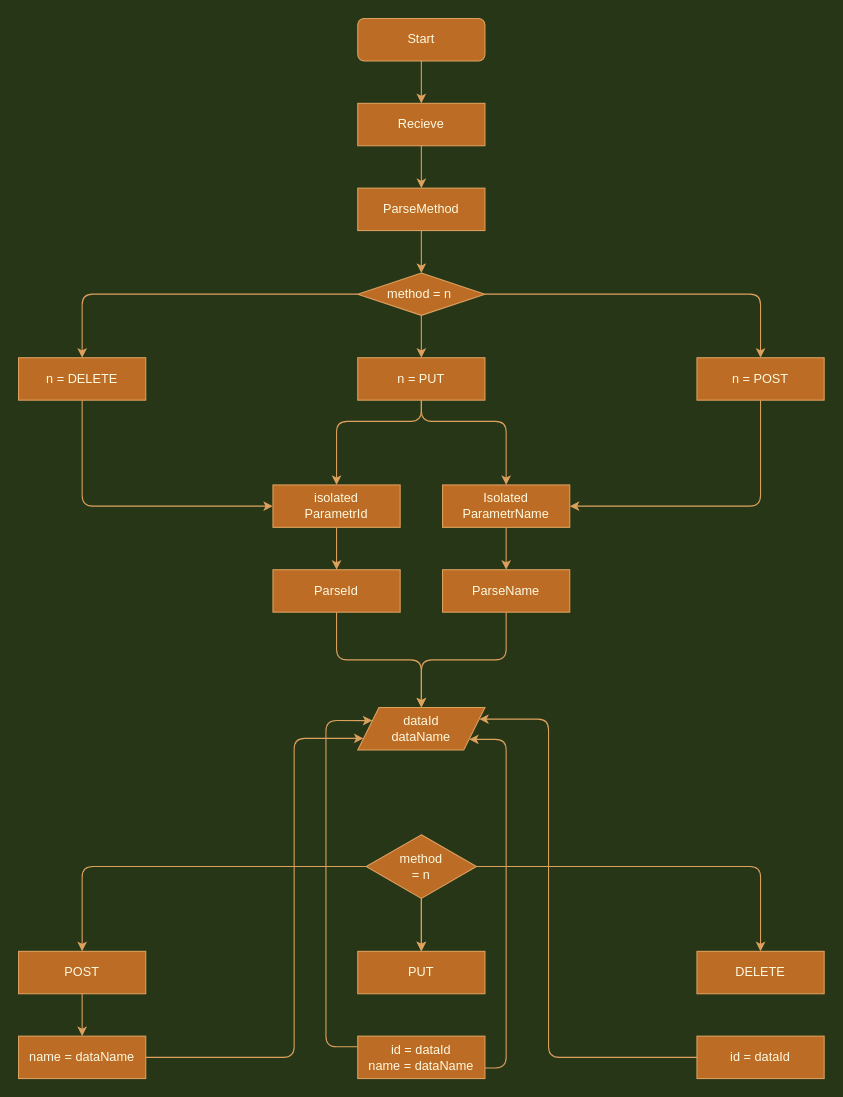
AntiSoundWorld/Server-Curl keeps this draw.io diagram as Untitled Diagram.drawio. Above is the earlier version. Source tidied: cells renumbered, new cells numbered last; positions are measured from the earlier drawing's top-left corner, leaving out a move shared by most shapes. Both pictures are drawn from the tidied source at 106%, with x=0, y=0 at pixel (18, 18).
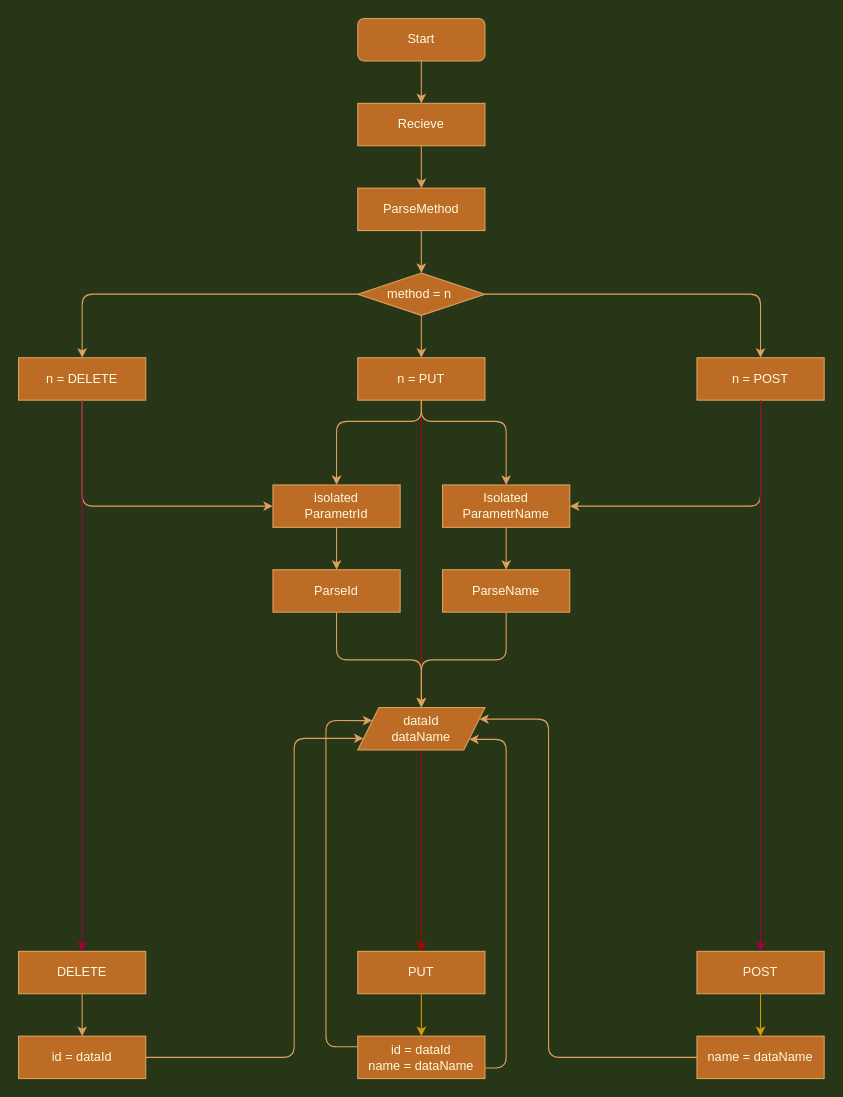
The same page after the edit.

Unchanged cells that the change refers to:
```xml
<mxCell id="17" value="n = PUT" style="rounded=0;whiteSpace=wrap;html=1;sketch=0;strokeColor=#DDA15E;fillColor=#BC6C25;fontColor=#FEFAE0;" parent="1" vertex="1">
  <mxGeometry x="320" y="320" width="120" height="40" as="geometry" />
</mxCell>
<mxCell id="27" value="PUT" style="rounded=0;whiteSpace=wrap;html=1;sketch=0;strokeColor=#DDA15E;fillColor=#BC6C25;fontColor=#FEFAE0;" parent="1" vertex="1">
  <mxGeometry x="320" y="880" width="120" height="40" as="geometry" />
</mxCell>
<mxCell id="34" value="n = POST" style="rounded=0;whiteSpace=wrap;html=1;sketch=0;strokeColor=#DDA15E;fillColor=#BC6C25;fontColor=#FEFAE0;" parent="1" vertex="1">
  <mxGeometry x="640" y="320" width="120" height="40" as="geometry" />
</mxCell>
<mxCell id="46" value="id = dataId&lt;br&gt;name = dataName" style="rounded=0;whiteSpace=wrap;html=1;sketch=0;strokeColor=#DDA15E;fillColor=#BC6C25;fontColor=#FEFAE0;" parent="1" vertex="1">
  <mxGeometry x="320" y="960" width="120" height="40" as="geometry" />
</mxCell>
```

Diff of the diagram source:
```diff
@@
+    <mxCell id="35" style="edgeStyle=orthogonalEdgeStyle;curved=0;rounded=1;sketch=0;jettySize=auto;html=1;strokeColor=#B20000;fillColor=#e51400;fontColor=#FEFAE0;entryX=0.5;entryY=0;entryDx=0;entryDy=0;" parent="1" edge="1" source="17" target="27">
+      <mxGeometry relative="1" as="geometry" />
+    </mxCell>
@@
-    <mxCell id="26" value="POST" style="rounded=0;whiteSpace=wrap;html=1;sketch=0;strokeColor=#DDA15E;fillColor=#BC6C25;fontColor=#FEFAE0;" parent="1" vertex="1">
+    <mxCell id="26" value="DELETE&lt;br&gt;" style="rounded=0;whiteSpace=wrap;html=1;sketch=0;strokeColor=#DDA15E;fillColor=#BC6C25;fontColor=#FEFAE0;" parent="1" vertex="1">
       <mxGeometry y="880" width="120" height="40" as="geometry" />
     </mxCell>
+    <mxCell id="47" style="edgeStyle=orthogonalEdgeStyle;rounded=0;jettySize=auto;html=1;fillColor=#ffe6cc;strokeColor=#d79b00;" parent="1" edge="1" source="27" target="46">
+      <mxGeometry relative="1" as="geometry" />
+    </mxCell>
@@
+    <mxCell id="48" style="edgeStyle=orthogonalEdgeStyle;rounded=0;jettySize=auto;html=1;fillColor=#ffe6cc;strokeColor=#d79b00;" parent="1" edge="1" source="28" target="43">
+      <mxGeometry relative="1" as="geometry" />
+    </mxCell>
-    <mxCell id="28" value="DELETE" style="rounded=0;whiteSpace=wrap;html=1;sketch=0;strokeColor=#DDA15E;fillColor=#BC6C25;fontColor=#FEFAE0;" parent="1" vertex="1">
+    <mxCell id="28" value="POST" style="rounded=0;whiteSpace=wrap;html=1;sketch=0;strokeColor=#DDA15E;fillColor=#BC6C25;fontColor=#FEFAE0;" parent="1" vertex="1">
       <mxGeometry x="640" y="880" width="120" height="40" as="geometry" />
     </mxCell>
@@
-    <mxCell id="30" value="name = dataName" style="rounded=0;whiteSpace=wrap;html=1;sketch=0;strokeColor=#DDA15E;fillColor=#BC6C25;fontColor=#FEFAE0;" parent="1" vertex="1">
+    <mxCell id="30" value="id = dataId" style="rounded=0;whiteSpace=wrap;html=1;sketch=0;strokeColor=#DDA15E;fillColor=#BC6C25;fontColor=#FEFAE0;" parent="1" vertex="1">
       <mxGeometry y="960" width="120" height="40" as="geometry" />
     </mxCell>
@@
-    <mxCell id="35" style="edgeStyle=orthogonalEdgeStyle;curved=0;rounded=1;sketch=0;jettySize=auto;html=1;strokeColor=#DDA15E;fillColor=#BC6C25;fontColor=#FEFAE0;entryX=0.5;entryY=0;entryDx=0;entryDy=0;" parent="1" edge="1" source="39" target="27">
-      <mxGeometry relative="1" as="geometry" />
-    </mxCell>
-    <mxCell id="36" style="edgeStyle=orthogonalEdgeStyle;curved=0;rounded=1;sketch=0;jettySize=auto;html=1;strokeColor=#DDA15E;fillColor=#BC6C25;fontColor=#FEFAE0;entryX=0.5;entryY=0;entryDx=0;entryDy=0;" parent="1" edge="1" source="39" target="28">
-      <mxGeometry relative="1" as="geometry" />
-    </mxCell>
-    <mxCell id="37" style="edgeStyle=orthogonalEdgeStyle;curved=0;rounded=1;sketch=0;jettySize=auto;html=1;strokeColor=#DDA15E;fillColor=#BC6C25;fontColor=#FEFAE0;entryX=0.5;entryY=0;entryDx=0;entryDy=0;" parent="1" edge="1" source="39" target="26">
-      <mxGeometry relative="1" as="geometry" />
-    </mxCell>
-    <mxCell id="38" style="edgeStyle=orthogonalEdgeStyle;curved=0;rounded=1;sketch=0;jettySize=auto;html=1;strokeColor=#DDA15E;fillColor=#BC6C25;fontColor=#FEFAE0;" parent="1" edge="1" source="39" target="27">
-      <mxGeometry relative="1" as="geometry" />
-    </mxCell>
-    <mxCell id="39" value="method&lt;br&gt;= n" style="rhombus;whiteSpace=wrap;html=1;rounded=0;sketch=0;strokeColor=#DDA15E;fillColor=#BC6C25;fontColor=#FEFAE0;" parent="1" vertex="1">
-      <mxGeometry x="328" y="770" width="104" height="60" as="geometry" />
-    </mxCell>
-    <mxCell id="40" style="edgeStyle=orthogonalEdgeStyle;curved=0;rounded=1;sketch=0;orthogonalLoop=1;jettySize=auto;html=1;exitX=0.5;exitY=1;exitDx=0;exitDy=0;strokeColor=#DDA15E;fillColor=#BC6C25;fontColor=#FEFAE0;" parent="1" edge="1" source="39" target="39">
-      <mxGeometry relative="1" as="geometry" />
+    <mxCell id="40" style="edgeStyle=orthogonalEdgeStyle;curved=0;rounded=1;sketch=0;orthogonalLoop=1;jettySize=auto;html=1;exitX=0.5;exitY=1;exitDx=0;exitDy=0;strokeColor=#DDA15E;fillColor=#BC6C25;fontColor=#FEFAE0;" parent="1" edge="1">
+      <mxGeometry relative="1" as="geometry">
+        <mxPoint x="380" y="830" as="sourcePoint" />
+        <mxPoint x="380" y="830" as="targetPoint" />
+      </mxGeometry>
     </mxCell>
-    <mxCell id="41" style="edgeStyle=orthogonalEdgeStyle;curved=0;rounded=1;sketch=0;orthogonalLoop=1;jettySize=auto;html=1;exitX=0.5;exitY=1;exitDx=0;exitDy=0;strokeColor=#DDA15E;fillColor=#BC6C25;fontColor=#FEFAE0;" parent="1" edge="1" source="39" target="39">
-      <mxGeometry relative="1" as="geometry" />
+    <mxCell id="41" style="edgeStyle=orthogonalEdgeStyle;curved=0;rounded=1;sketch=0;orthogonalLoop=1;jettySize=auto;html=1;exitX=0.5;exitY=1;exitDx=0;exitDy=0;strokeColor=#DDA15E;fillColor=#BC6C25;fontColor=#FEFAE0;" parent="1" edge="1">
+      <mxGeometry relative="1" as="geometry">
+        <mxPoint x="380" y="830" as="sourcePoint" />
+        <mxPoint x="380" y="830" as="targetPoint" />
+      </mxGeometry>
     </mxCell>
@@
-    <mxCell id="43" value="id = dataId" style="rounded=0;whiteSpace=wrap;html=1;sketch=0;strokeColor=#DDA15E;fillColor=#BC6C25;fontColor=#FEFAE0;" parent="1" vertex="1">
+    <mxCell id="43" value="name = dataName" style="rounded=0;whiteSpace=wrap;html=1;sketch=0;strokeColor=#DDA15E;fillColor=#BC6C25;fontColor=#FEFAE0;" parent="1" vertex="1">
       <mxGeometry x="640" y="960" width="120" height="40" as="geometry" />
     </mxCell>
@@
+    <mxCell id="49" style="edgeStyle=orthogonalEdgeStyle;curved=0;rounded=1;sketch=0;jettySize=auto;html=1;strokeColor=#A50040;fillColor=#d80073;fontColor=#FEFAE0;" parent="1" edge="1" target="26">
+      <mxGeometry relative="1" as="geometry">
+        <mxPoint x="60" y="360" as="sourcePoint" />
+        <Array as="points">
+          <mxPoint x="60" y="400" />
+          <mxPoint x="60" y="400" />
+        </Array>
+      </mxGeometry>
+    </mxCell>
+    <mxCell id="50" style="edgeStyle=orthogonalEdgeStyle;curved=0;rounded=1;sketch=0;jettySize=auto;html=1;strokeColor=#A50040;fillColor=#d80073;fontColor=#FEFAE0;exitX=0.5;exitY=1;exitDx=0;exitDy=0;entryX=0.5;entryY=0;entryDx=0;entryDy=0;" parent="1" edge="1" source="34" target="28">
+      <mxGeometry relative="1" as="geometry" />
+    </mxCell>
```
